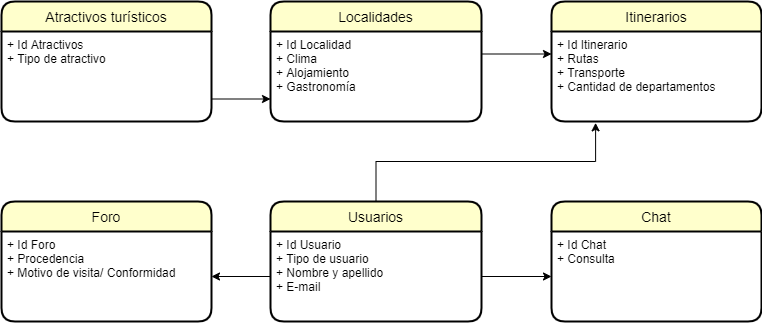
Earlier version of the draw.io export Tablas grupo 1.png (FullStackCatamarca/proyecto_g1-proyecto_Viajes365). Source tidied: cells renumbered, new cells last; positions are measured from the earlier drawing's top-left corner, leaving out a move shared by most shapes. The source it was exported from:
```xml
<mxGraphModel>
  <root>
    <mxCell id="0" />
    <mxCell id="1" parent="0" />
    <mxCell id="2" value="Localidades" style="swimlane;horizontal=1;startSize=30;rounded=1;fontSize=14;fontStyle=0;strokeWidth=2;shadow=0;dashed=0;align=center;fillColor=#FFFFCC;" parent="1" vertex="1">
      <mxGeometry x="269" width="211" height="120" as="geometry" />
    </mxCell>
    <mxCell id="3" value="+ Id Localidad&#10;+ Clima&#10;+ Alojamiento&#10;+ Gastronomía&#10;" style="align=left;strokeColor=none;fillColor=none;spacingLeft=4;fontSize=12;verticalAlign=top;" parent="2" vertex="1">
      <mxGeometry y="30" width="211" height="90" as="geometry" />
    </mxCell>
    <mxCell id="4" value="Atractivos turísticos" style="swimlane;horizontal=1;startSize=30;rounded=1;fontSize=14;fontStyle=0;strokeWidth=2;shadow=0;dashed=0;align=center;fillColor=#FFFFCC;" parent="1" vertex="1">
      <mxGeometry width="210" height="120" as="geometry" />
    </mxCell>
    <mxCell id="5" value="+ Id Atractivos&#10;+ Tipo de atractivo&#10;" style="align=left;strokeColor=none;fillColor=none;spacingLeft=4;fontSize=12;verticalAlign=top;" parent="4" vertex="1">
      <mxGeometry y="30" width="210" height="90" as="geometry" />
    </mxCell>
    <mxCell id="6" value="Itinerarios" style="swimlane;horizontal=1;startSize=30;rounded=1;fontSize=14;fontStyle=0;strokeWidth=2;shadow=0;dashed=0;align=center;fillColor=#FFFFCC;" parent="1" vertex="1">
      <mxGeometry x="550" width="210" height="120" as="geometry" />
    </mxCell>
    <mxCell id="7" value="+ Id Itinerario&#10;+ Rutas&#10;+ Transporte&#10;+ Cantidad de departamentos&#10;&#10;" style="align=left;strokeColor=none;fillColor=none;spacingLeft=4;fontSize=12;verticalAlign=top;" parent="6" vertex="1">
      <mxGeometry y="30" width="210" height="90" as="geometry" />
    </mxCell>
    <mxCell id="8" style="edgeStyle=orthogonalEdgeStyle;rounded=0;jettySize=auto;html=1;exitX=0.5;exitY=0;exitDx=0;exitDy=0;entryX=0.21;entryY=1.015;entryDx=0;entryDy=0;entryPerimeter=0;" parent="1" edge="1" source="9" target="7">
      <mxGeometry relative="1" as="geometry" />
    </mxCell>
    <mxCell id="9" value="Usuarios" style="swimlane;horizontal=1;startSize=30;rounded=1;fontSize=14;fontStyle=0;strokeWidth=2;shadow=0;dashed=0;align=center;fillColor=#FFFFCC;" parent="1" vertex="1">
      <mxGeometry x="269" y="200" width="211" height="120" as="geometry" />
    </mxCell>
    <mxCell id="10" value="+ Id Usuario &#10;+ Tipo de usuario &#10;+ Nombre y apellido&#10;+ E-mail&#10;" style="align=left;strokeColor=none;fillColor=none;spacingLeft=4;fontSize=12;verticalAlign=top;" parent="9" vertex="1">
      <mxGeometry y="30" width="211" height="90" as="geometry" />
    </mxCell>
    <mxCell id="11" style="edgeStyle=orthogonalEdgeStyle;rounded=0;orthogonalLoop=1;jettySize=auto;html=1;exitX=0.5;exitY=1;exitDx=0;exitDy=0;" parent="9" edge="1" source="10" target="10">
      <mxGeometry relative="1" as="geometry" />
    </mxCell>
    <mxCell id="12" value="Foro" style="swimlane;horizontal=1;startSize=30;rounded=1;fontSize=14;fontStyle=0;strokeWidth=2;shadow=0;dashed=0;align=center;fillColor=#FFFFCC;" parent="1" vertex="1">
      <mxGeometry y="200" width="210" height="120" as="geometry" />
    </mxCell>
    <mxCell id="13" value="+ Id Foro &#10;+ Procedencia&#10;+ Motivo de visita/ Conformidad&#10;&#10;" style="align=left;strokeColor=none;fillColor=none;spacingLeft=4;fontSize=12;verticalAlign=top;" parent="12" vertex="1">
      <mxGeometry y="30" width="210" height="90" as="geometry" />
    </mxCell>
    <mxCell id="14" value="Chat" style="swimlane;horizontal=1;startSize=30;rounded=1;fontSize=14;fontStyle=0;strokeWidth=2;shadow=0;dashed=0;align=center;fillColor=#FFFFCC;" parent="1" vertex="1">
      <mxGeometry x="550" y="200" width="210" height="120" as="geometry" />
    </mxCell>
    <mxCell id="15" value="+ Id Chat &#10;+ Consulta&#10;" style="align=left;strokeColor=none;fillColor=none;spacingLeft=4;fontSize=12;verticalAlign=top;" parent="14" vertex="1">
      <mxGeometry y="30" width="210" height="90" as="geometry" />
    </mxCell>
    <mxCell id="16" style="edgeStyle=orthogonalEdgeStyle;rounded=0;jettySize=auto;html=1;exitX=1;exitY=0.5;exitDx=0;exitDy=0;entryX=0;entryY=0.5;entryDx=0;entryDy=0;" parent="1" edge="1" source="10" target="15">
      <mxGeometry relative="1" as="geometry" />
    </mxCell>
    <mxCell id="17" style="edgeStyle=orthogonalEdgeStyle;rounded=0;jettySize=auto;html=1;exitX=0;exitY=0.5;exitDx=0;exitDy=0;entryX=1;entryY=0.5;entryDx=0;entryDy=0;" parent="1" edge="1" source="10" target="13">
      <mxGeometry relative="1" as="geometry" />
    </mxCell>
    <mxCell id="18" style="edgeStyle=orthogonalEdgeStyle;rounded=0;jettySize=auto;html=1;exitX=1;exitY=0.75;exitDx=0;exitDy=0;entryX=0;entryY=0.75;entryDx=0;entryDy=0;" parent="1" edge="1" source="5" target="3">
      <mxGeometry relative="1" as="geometry" />
    </mxCell>
    <mxCell id="19" style="edgeStyle=orthogonalEdgeStyle;rounded=0;jettySize=auto;html=1;exitX=1;exitY=0.25;exitDx=0;exitDy=0;entryX=0;entryY=0.25;entryDx=0;entryDy=0;" parent="1" edge="1" source="3" target="7">
      <mxGeometry relative="1" as="geometry" />
    </mxCell>
  </root>
</mxGraphModel>
```
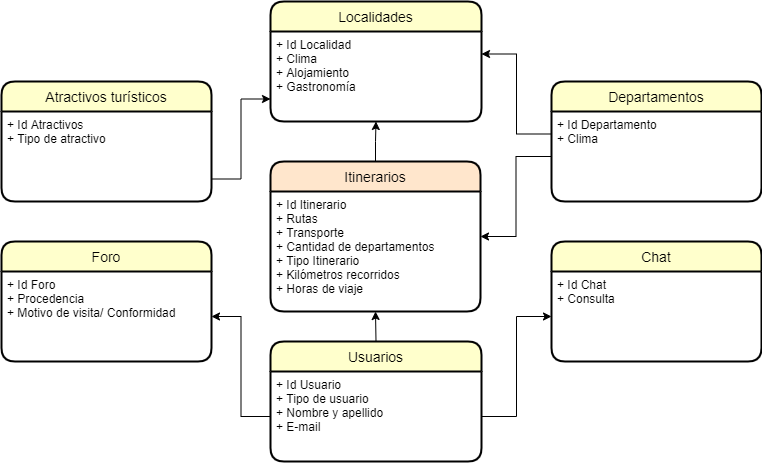
The same file after the commit.

Change to the diagram source:
```diff
@@ -9,22 +9,25 @@
       <mxGeometry y="30" width="211" height="90" as="geometry" />
     </mxCell>
     <mxCell id="4" value="Atractivos turísticos" style="swimlane;horizontal=1;startSize=30;rounded=1;fontSize=14;fontStyle=0;strokeWidth=2;shadow=0;dashed=0;align=center;fillColor=#FFFFCC;" parent="1" vertex="1">
-      <mxGeometry width="210" height="120" as="geometry" />
+      <mxGeometry y="80" width="210" height="120" as="geometry" />
     </mxCell>
-    <mxCell id="5" value="+ Id Atractivos&#10;+ Tipo de atractivo&#10;" style="align=left;strokeColor=none;fillColor=none;spacingLeft=4;fontSize=12;verticalAlign=top;" parent="4" vertex="1">
+    <mxCell id="5" value="+ Id Atractivos &#10;+ Tipo de atractivo&#10;" style="align=left;strokeColor=none;fillColor=none;spacingLeft=4;fontSize=12;verticalAlign=top;shadow=1;" parent="4" vertex="1">
       <mxGeometry y="30" width="210" height="90" as="geometry" />
     </mxCell>
+    <mxCell id="20" style="edgeStyle=orthogonalEdgeStyle;rounded=0;jettySize=auto;html=1;exitX=0.5;exitY=0;exitDx=0;exitDy=0;entryX=0.5;entryY=1;entryDx=0;entryDy=0;" parent="1" edge="1" source="6" target="3">
+      <mxGeometry relative="1" as="geometry" />
+    </mxCell>
-    <mxCell id="6" value="Itinerarios" style="swimlane;horizontal=1;startSize=30;rounded=1;fontSize=14;fontStyle=0;strokeWidth=2;shadow=0;dashed=0;align=center;fillColor=#FFFFCC;" parent="1" vertex="1">
-      <mxGeometry x="550" width="210" height="120" as="geometry" />
+    <mxCell id="6" value="Itinerarios" style="swimlane;horizontal=1;startSize=30;rounded=1;fontSize=14;fontStyle=0;strokeWidth=2;shadow=0;dashed=0;align=center;fillColor=#FFE6CC;" parent="1" vertex="1">
+      <mxGeometry x="269" y="160" width="210" height="150" as="geometry" />
     </mxCell>
-    <mxCell id="7" value="+ Id Itinerario&#10;+ Rutas&#10;+ Transporte&#10;+ Cantidad de departamentos&#10;&#10;" style="align=left;strokeColor=none;fillColor=none;spacingLeft=4;fontSize=12;verticalAlign=top;" parent="6" vertex="1">
-      <mxGeometry y="30" width="210" height="90" as="geometry" />
+    <mxCell id="7" value="+ Id Itinerario &#10;+ Rutas &#10;+ Transporte &#10;+ Cantidad de departamentos&#10;+ Tipo Itinerario &#10;+ Kilómetros recorridos &#10;+ Horas de viaje&#10;&#10;" style="align=left;strokeColor=none;fillColor=none;spacingLeft=4;fontSize=12;verticalAlign=top;" parent="6" vertex="1">
+      <mxGeometry y="30" width="210" height="120" as="geometry" />
     </mxCell>
-    <mxCell id="8" style="edgeStyle=orthogonalEdgeStyle;rounded=0;jettySize=auto;html=1;exitX=0.5;exitY=0;exitDx=0;exitDy=0;entryX=0.21;entryY=1.015;entryDx=0;entryDy=0;entryPerimeter=0;" parent="1" edge="1" source="9" target="7">
+    <mxCell id="8" style="edgeStyle=orthogonalEdgeStyle;rounded=0;jettySize=auto;html=1;exitX=0.5;exitY=0;exitDx=0;exitDy=0;entryX=0.5;entryY=1;entryDx=0;entryDy=0;" parent="1" edge="1" source="9" target="7">
       <mxGeometry relative="1" as="geometry" />
     </mxCell>
     <mxCell id="9" value="Usuarios" style="swimlane;horizontal=1;startSize=30;rounded=1;fontSize=14;fontStyle=0;strokeWidth=2;shadow=0;dashed=0;align=center;fillColor=#FFFFCC;" parent="1" vertex="1">
-      <mxGeometry x="269" y="200" width="211" height="120" as="geometry" />
+      <mxGeometry x="269" y="340" width="211" height="120" as="geometry" />
     </mxCell>
     <mxCell id="10" value="+ Id Usuario &#10;+ Tipo de usuario &#10;+ Nombre y apellido&#10;+ E-mail&#10;" style="align=left;strokeColor=none;fillColor=none;spacingLeft=4;fontSize=12;verticalAlign=top;" parent="9" vertex="1">
       <mxGeometry y="30" width="211" height="90" as="geometry" />
@@ -33,13 +36,13 @@
       <mxGeometry relative="1" as="geometry" />
     </mxCell>
     <mxCell id="12" value="Foro" style="swimlane;horizontal=1;startSize=30;rounded=1;fontSize=14;fontStyle=0;strokeWidth=2;shadow=0;dashed=0;align=center;fillColor=#FFFFCC;" parent="1" vertex="1">
-      <mxGeometry y="200" width="210" height="120" as="geometry" />
+      <mxGeometry y="240" width="210" height="120" as="geometry" />
     </mxCell>
     <mxCell id="13" value="+ Id Foro &#10;+ Procedencia&#10;+ Motivo de visita/ Conformidad&#10;&#10;" style="align=left;strokeColor=none;fillColor=none;spacingLeft=4;fontSize=12;verticalAlign=top;" parent="12" vertex="1">
       <mxGeometry y="30" width="210" height="90" as="geometry" />
     </mxCell>
     <mxCell id="14" value="Chat" style="swimlane;horizontal=1;startSize=30;rounded=1;fontSize=14;fontStyle=0;strokeWidth=2;shadow=0;dashed=0;align=center;fillColor=#FFFFCC;" parent="1" vertex="1">
-      <mxGeometry x="550" y="200" width="210" height="120" as="geometry" />
+      <mxGeometry x="550" y="240" width="210" height="120" as="geometry" />
     </mxCell>
     <mxCell id="15" value="+ Id Chat &#10;+ Consulta&#10;" style="align=left;strokeColor=none;fillColor=none;spacingLeft=4;fontSize=12;verticalAlign=top;" parent="14" vertex="1">
       <mxGeometry y="30" width="210" height="90" as="geometry" />
@@ -53,8 +56,17 @@
     <mxCell id="18" style="edgeStyle=orthogonalEdgeStyle;rounded=0;jettySize=auto;html=1;exitX=1;exitY=0.75;exitDx=0;exitDy=0;entryX=0;entryY=0.75;entryDx=0;entryDy=0;" parent="1" edge="1" source="5" target="3">
       <mxGeometry relative="1" as="geometry" />
     </mxCell>
-    <mxCell id="19" style="edgeStyle=orthogonalEdgeStyle;rounded=0;jettySize=auto;html=1;exitX=1;exitY=0.25;exitDx=0;exitDy=0;entryX=0;entryY=0.25;entryDx=0;entryDy=0;" parent="1" edge="1" source="3" target="7">
-      <mxGeometry relative="1" as="geometry" />
-    </mxCell>
+    <mxCell id="21" value="Departamentos" style="swimlane;horizontal=1;startSize=30;rounded=1;fontSize=14;fontStyle=0;strokeWidth=2;shadow=0;dashed=0;align=center;fillColor=#FFFFCC;" parent="1" vertex="1">
+      <mxGeometry x="550" y="80" width="210" height="120" as="geometry" />
+    </mxCell>
+    <mxCell id="22" value="+ Id Departamento &#10;+ Clima &#10;&#10;&#10;" style="align=left;strokeColor=none;fillColor=none;spacingLeft=4;fontSize=12;verticalAlign=top;" parent="21" vertex="1">
+      <mxGeometry y="30" width="210" height="90" as="geometry" />
+    </mxCell>
+    <mxCell id="23" style="edgeStyle=orthogonalEdgeStyle;rounded=0;jettySize=auto;html=1;" parent="1" edge="1" source="22" target="6">
+      <mxGeometry relative="1" as="geometry" />
+    </mxCell>
+    <mxCell id="24" style="edgeStyle=orthogonalEdgeStyle;rounded=0;jettySize=auto;html=1;exitX=0;exitY=0.25;exitDx=0;exitDy=0;entryX=1;entryY=0.25;entryDx=0;entryDy=0;" parent="1" edge="1" source="22" target="3">
+      <mxGeometry relative="1" as="geometry" />
+    </mxCell>
   </root>
 </mxGraphModel>
```
